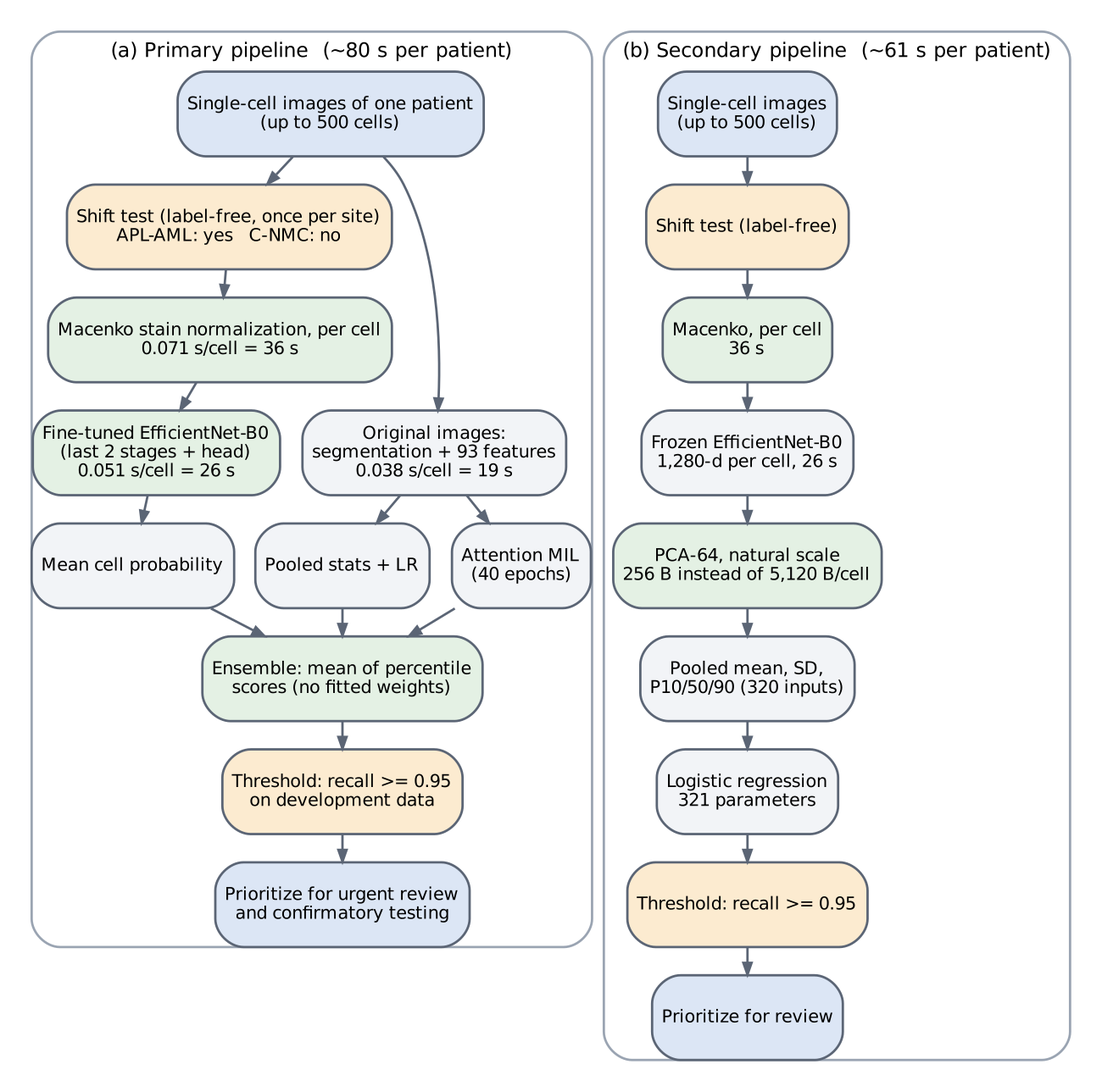
Sherif-Hussein/leukemia-leakage-benchmark keeps this Graphviz diagram as manuscript/figures/fig_pipelines.png. Above is the earlier version. Its source is kept beside it as manuscript/figures/fig_pipelines.dot.
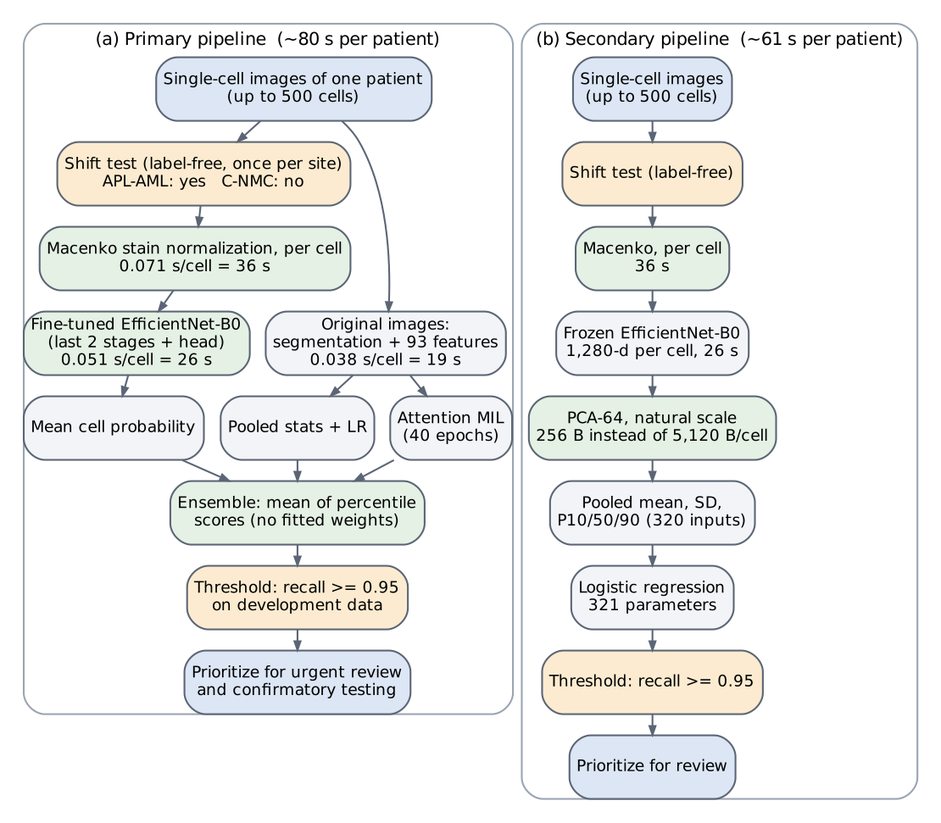
The same file after the commit.

Change to the diagram source:
```diff
@@ -1,8 +1,8 @@
 digraph P {
   graph [rankdir=TB, fontname="DejaVu Sans", fontsize=9, nodesep=0.12, ranksep=0.16, margin=0.02, newrank=true];
-  node  [shape=box, style="rounded,filled", fillcolor="#F2F4F7", color="#5B6575", fontname="DejaVu Sans", fontsize=7.5, margin="0.06,0.03"];
+  node  [shape=box, style="rounded,filled", fillcolor="#F2F4F7", color="#5B6575", fontname="DejaVu Sans", fontsize=9, margin="0.06,0.03"];
   edge  [color="#5B6575", arrowsize=0.5];
-  subgraph cluster_p { label="(a) Primary pipeline  (~80 s per patient)"; fontsize=8.5; style="rounded"; color="#9AA4B2";
+  subgraph cluster_p { label="(a) Primary pipeline  (~80 s per patient)"; fontsize=10; style="rounded"; color="#9AA4B2";
     in   [label="Single-cell images of one patient\n(up to 500 cells)", fillcolor="#DCE6F5"];
     shift[label="Shift test (label-free, once per site)\nAPL-AML: yes   C-NMC: no", fillcolor="#FCEBD0"];
     mac  [label="Macenko stain normalization, per cell\n0.071 s/cell = 36 s", fillcolor="#E4F1E4"];
@@ -18,7 +18,7 @@
     in -> seg; seg -> pool -> ens; seg -> mil -> ens;
     ens -> thr -> out;
   }
-  subgraph cluster_s { label="(b) Secondary pipeline  (~61 s per patient)"; fontsize=8.5; style="rounded"; color="#9AA4B2";
+  subgraph cluster_s { label="(b) Secondary pipeline  (~61 s per patient)"; fontsize=10; style="rounded"; color="#9AA4B2";
     in2   [label="Single-cell images\n(up to 500 cells)", fillcolor="#DCE6F5"];
     shift2[label="Shift test (label-free)", fillcolor="#FCEBD0"];
     mac2  [label="Macenko, per cell\n36 s", fillcolor="#E4F1E4"];
```
